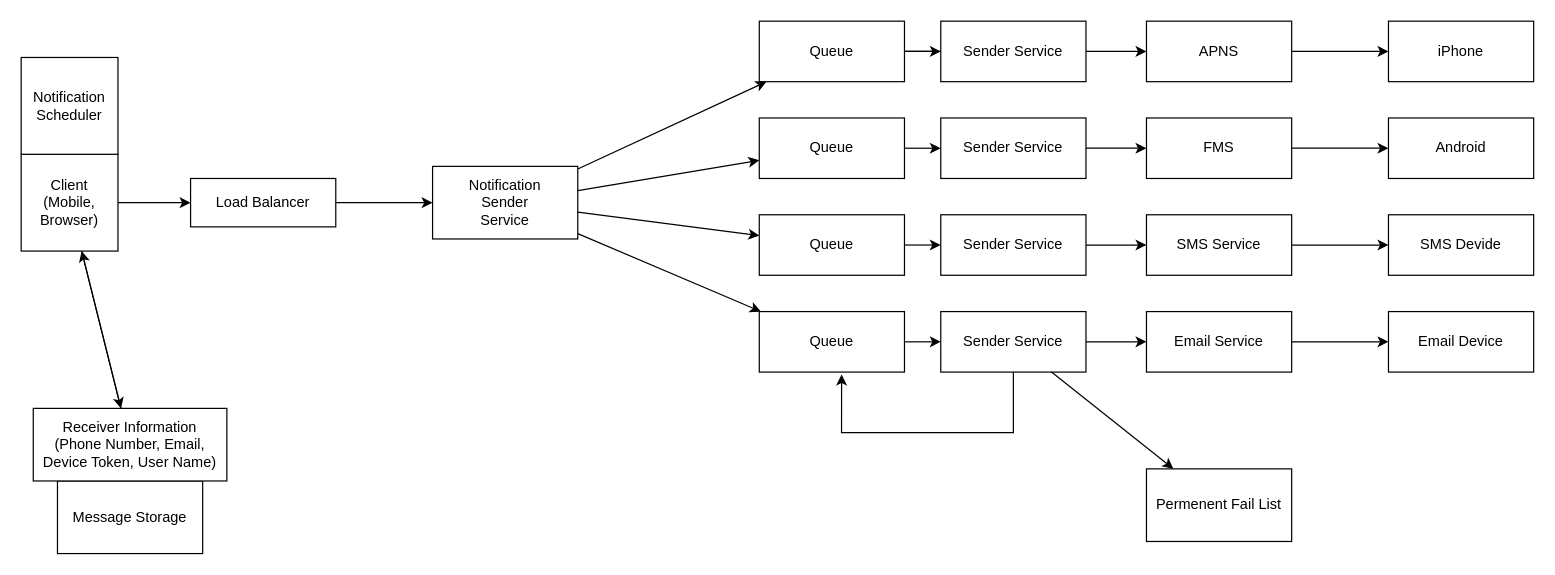
This is Untitled Diagram.drawio from Joel-Hwang/leetcode, a draw.io file, before an edit. Source tidied: cells renumbered, new cells numbered last; positions are measured from the earlier drawing's top-left corner, leaving out a move shared by most shapes. Both pictures are drawn from the tidied source at 121%, with x=0, y=0 at pixel (21, 21).
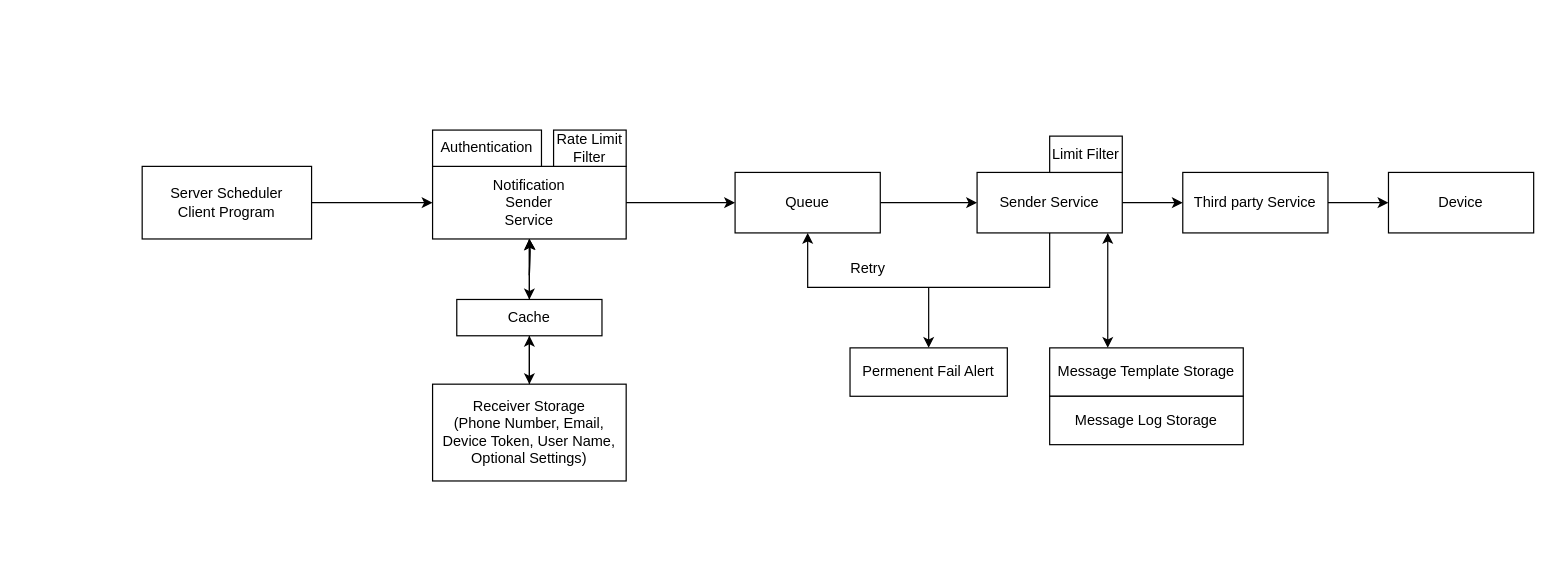
Above is the later version.

What changed in the source:
```diff
@@
-    <mxCell id="1" parent="0" />
-    <mxCell id="2" value="Load Balancer" style="rounded=0;whiteSpace=wrap;html=1;" parent="1" vertex="1">
-      <mxGeometry x="140" y="130" width="120" height="40" as="geometry" />
-    </mxCell>
+    <mxCell id="47" parent="0" />
+    <mxCell id="48" style="edgeStyle=orthogonalEdgeStyle;rounded=0;jettySize=auto;html=1;entryX=0.5;entryY=0;entryDx=0;entryDy=0;" parent="47" edge="1" source="3" target="69">
+      <mxGeometry relative="1" as="geometry" />
+    </mxCell>
-    <mxCell id="3" value="Notification&lt;br&gt;Sender&lt;br&gt;Service" style="rounded=0;whiteSpace=wrap;html=1;" parent="1" vertex="1">
-      <mxGeometry x="340" y="120" width="120" height="60" as="geometry" />
+    <mxCell id="3" value="Notification&lt;br&gt;Sender&lt;br&gt;Service" style="rounded=0;whiteSpace=wrap;html=1;" parent="47" vertex="1">
+      <mxGeometry x="340" y="120" width="160" height="60" as="geometry" />
     </mxCell>
-    <mxCell id="4" value="Client&lt;br&gt;(Mobile, Browser)" style="whiteSpace=wrap;html=1;" parent="1" vertex="1">
-      <mxGeometry y="110" width="80" height="80" as="geometry" />
-    </mxCell>
-    <mxCell id="5" value="iPhone" style="rounded=0;whiteSpace=wrap;html=1;" parent="1" vertex="1">
-      <mxGeometry x="1130" width="120" height="50" as="geometry" />
-    </mxCell>
-    <mxCell id="6" value="Android" style="rounded=0;whiteSpace=wrap;html=1;" parent="1" vertex="1">
-      <mxGeometry x="1130" y="80" width="120" height="50" as="geometry" />
-    </mxCell>
-    <mxCell id="7" value="SMS Devide" style="rounded=0;whiteSpace=wrap;html=1;" parent="1" vertex="1">
-      <mxGeometry x="1130" y="160" width="120" height="50" as="geometry" />
-    </mxCell>
-    <mxCell id="8" value="Email Device" style="rounded=0;whiteSpace=wrap;html=1;" parent="1" vertex="1">
-      <mxGeometry x="1130" y="240" width="120" height="50" as="geometry" />
-    </mxCell>
-    <mxCell id="9" value="APNS" style="rounded=0;whiteSpace=wrap;html=1;" parent="1" vertex="1">
-      <mxGeometry x="930" width="120" height="50" as="geometry" />
-    </mxCell>
-    <mxCell id="10" value="FMS" style="rounded=0;whiteSpace=wrap;html=1;" parent="1" vertex="1">
-      <mxGeometry x="930" y="80" width="120" height="50" as="geometry" />
-    </mxCell>
-    <mxCell id="11" value="Email Service" style="rounded=0;whiteSpace=wrap;html=1;" parent="1" vertex="1">
-      <mxGeometry x="930" y="240" width="120" height="50" as="geometry" />
-    </mxCell>
-    <mxCell id="12" value="SMS Service" style="rounded=0;whiteSpace=wrap;html=1;" parent="1" vertex="1">
-      <mxGeometry x="930" y="160" width="120" height="50" as="geometry" />
-    </mxCell>
-    <mxCell id="13" style="endArrow=classic;html=1;rounded=0;" parent="1" edge="1" source="9" target="5">
-      <mxGeometry relative="1" as="geometry" />
-    </mxCell>
-    <mxCell id="14" style="endArrow=classic;html=1;rounded=0;" parent="1" edge="1" source="10" target="6">
-      <mxGeometry relative="1" as="geometry" />
-    </mxCell>
-    <mxCell id="15" style="endArrow=classic;html=1;rounded=0;" parent="1" edge="1" source="12" target="7">
-      <mxGeometry relative="1" as="geometry" />
-    </mxCell>
-    <mxCell id="16" style="endArrow=classic;html=1;rounded=0;" parent="1" edge="1" source="11" target="8">
-      <mxGeometry relative="1" as="geometry" />
-    </mxCell>
-    <mxCell id="17" style="edgeStyle=orthogonalEdgeStyle;rounded=0;jettySize=auto;html=1;" parent="1" edge="1" source="18" target="37">
-      <mxGeometry relative="1" as="geometry" />
-    </mxCell>
-    <mxCell id="18" value="Queue" style="rounded=0;whiteSpace=wrap;html=1;" parent="1" vertex="1">
-      <mxGeometry x="610" width="120" height="50" as="geometry" />
-    </mxCell>
-    <mxCell id="19" value="Queue" style="rounded=0;whiteSpace=wrap;html=1;" parent="1" vertex="1">
-      <mxGeometry x="610" y="80" width="120" height="50" as="geometry" />
-    </mxCell>
-    <mxCell id="20" value="Queue" style="rounded=0;whiteSpace=wrap;html=1;" parent="1" vertex="1">
-      <mxGeometry x="610" y="160" width="120" height="50" as="geometry" />
-    </mxCell>
-    <mxCell id="21" value="Queue" style="rounded=0;whiteSpace=wrap;html=1;" parent="1" vertex="1">
-      <mxGeometry x="610" y="240" width="120" height="50" as="geometry" />
-    </mxCell>
-    <mxCell id="22" style="endArrow=classic;html=1;rounded=0;" parent="1" edge="1" source="3" target="18">
-      <mxGeometry relative="1" as="geometry" />
-    </mxCell>
-    <mxCell id="23" style="endArrow=classic;html=1;rounded=0;" parent="1" edge="1" source="3" target="19">
-      <mxGeometry relative="1" as="geometry" />
-    </mxCell>
-    <mxCell id="24" style="endArrow=classic;html=1;rounded=0;" parent="1" edge="1" source="3" target="20">
-      <mxGeometry relative="1" as="geometry" />
-    </mxCell>
-    <mxCell id="25" style="endArrow=classic;html=1;rounded=0;" parent="1" edge="1" source="3" target="21">
-      <mxGeometry relative="1" as="geometry" />
-    </mxCell>
-    <mxCell id="26" style="endArrow=classic;html=1;rounded=0;" parent="1" edge="1" source="21" target="43">
-      <mxGeometry relative="1" as="geometry" />
-    </mxCell>
-    <mxCell id="27" style="endArrow=classic;html=1;rounded=0;" parent="1" edge="1" source="20" target="41">
-      <mxGeometry relative="1" as="geometry" />
-    </mxCell>
-    <mxCell id="28" style="endArrow=classic;html=1;rounded=0;" parent="1" edge="1" source="19" target="39">
-      <mxGeometry relative="1" as="geometry" />
-    </mxCell>
-    <mxCell id="29" style="endArrow=classic;html=1;rounded=0;" parent="1" edge="1" source="18" target="9">
-      <mxGeometry relative="1" as="geometry" />
-    </mxCell>
-    <mxCell id="30" value="Message Storage" style="rounded=0;whiteSpace=wrap;html=1;" parent="1" vertex="1">
-      <mxGeometry x="30" y="380" width="120" height="60" as="geometry" />
-    </mxCell>
-    <mxCell id="31" value="Receiver Information&lt;br&gt;(Phone Number, Email, Device Token, User Name)" style="rounded=0;whiteSpace=wrap;html=1;" parent="1" vertex="1">
-      <mxGeometry x="10" y="320" width="160" height="60" as="geometry" />
-    </mxCell>
-    <mxCell id="32" value="Notification Scheduler" style="whiteSpace=wrap;html=1;" parent="1" vertex="1">
-      <mxGeometry y="30" width="80" height="80" as="geometry" />
-    </mxCell>
-    <mxCell id="33" style="endArrow=classic;html=1;rounded=0;" parent="1" edge="1" source="4" target="2">
-      <mxGeometry relative="1" as="geometry" />
-    </mxCell>
-    <mxCell id="34" style="endArrow=classic;html=1;rounded=0;" parent="1" edge="1" source="4" target="31">
-      <mxGeometry relative="1" as="geometry" />
-    </mxCell>
-    <mxCell id="35" style="endArrow=classic;html=1;rounded=0;" parent="1" edge="1" source="31" target="4">
-      <mxGeometry relative="1" as="geometry" />
-    </mxCell>
-    <mxCell id="36" style="endArrow=classic;html=1;rounded=0;" parent="1" edge="1" source="2" target="3">
-      <mxGeometry relative="1" as="geometry" />
-    </mxCell>
-    <mxCell id="37" value="Sender Service" style="rounded=0;whiteSpace=wrap;html=1;" parent="1" vertex="1">
-      <mxGeometry x="760" width="120" height="50" as="geometry" />
-    </mxCell>
-    <mxCell id="38" style="edgeStyle=orthogonalEdgeStyle;rounded=0;jettySize=auto;html=1;" parent="1" edge="1" source="39" target="10">
-      <mxGeometry relative="1" as="geometry" />
-    </mxCell>
-    <mxCell id="39" value="Sender Service" style="rounded=0;whiteSpace=wrap;html=1;" parent="1" vertex="1">
-      <mxGeometry x="760" y="80" width="120" height="50" as="geometry" />
-    </mxCell>
-    <mxCell id="40" style="edgeStyle=orthogonalEdgeStyle;rounded=0;jettySize=auto;html=1;" parent="1" edge="1" source="41" target="12">
-      <mxGeometry relative="1" as="geometry" />
-    </mxCell>
-    <mxCell id="41" value="Sender Service" style="rounded=0;whiteSpace=wrap;html=1;" parent="1" vertex="1">
-      <mxGeometry x="760" y="160" width="120" height="50" as="geometry" />
-    </mxCell>
-    <mxCell id="42" style="edgeStyle=orthogonalEdgeStyle;rounded=0;jettySize=auto;html=1;" parent="1" edge="1" source="43" target="11">
-      <mxGeometry relative="1" as="geometry" />
-    </mxCell>
-    <mxCell id="43" value="Sender Service" style="rounded=0;whiteSpace=wrap;html=1;" parent="1" vertex="1">
-      <mxGeometry x="760" y="240" width="120" height="50" as="geometry" />
-    </mxCell>
-    <mxCell id="44" style="endArrow=classic;html=1;rounded=0;entryX=0.567;entryY=1.04;entryDx=0;entryDy=0;entryPerimeter=0;" parent="1" edge="1" source="43" target="21">
-      <mxGeometry relative="1" as="geometry">
-        <Array as="points">
-          <mxPoint x="820" y="340" />
-          <mxPoint x="678" y="340" />
-        </Array>
-      </mxGeometry>
-    </mxCell>
-    <mxCell id="45" value="Permenent Fail List" style="rounded=0;whiteSpace=wrap;html=1;" parent="1" vertex="1">
-      <mxGeometry x="930" y="370" width="120" height="60" as="geometry" />
-    </mxCell>
-    <mxCell id="46" style="endArrow=classic;html=1;rounded=0;" parent="1" edge="1" source="43" target="45">
-      <mxGeometry relative="1" as="geometry" />
-    </mxCell>
+    <mxCell id="49" value="Device" style="rounded=0;whiteSpace=wrap;html=1;" parent="47" vertex="1">
+      <mxGeometry x="1130" y="125" width="120" height="50" as="geometry" />
+    </mxCell>
+    <mxCell id="50" value="Third party Service" style="rounded=0;whiteSpace=wrap;html=1;" parent="47" vertex="1">
+      <mxGeometry x="960" y="125" width="120" height="50" as="geometry" />
+    </mxCell>
+    <mxCell id="51" style="endArrow=classic;html=1;rounded=0;" parent="47" edge="1" source="50" target="49">
+      <mxGeometry relative="1" as="geometry" />
+    </mxCell>
+    <mxCell id="52" style="edgeStyle=orthogonalEdgeStyle;rounded=0;jettySize=auto;html=1;" parent="47" edge="1" source="53" target="62">
+      <mxGeometry relative="1" as="geometry" />
+    </mxCell>
+    <mxCell id="53" value="Queue" style="rounded=0;whiteSpace=wrap;html=1;" parent="47" vertex="1">
+      <mxGeometry x="590" y="125" width="120" height="50" as="geometry" />
+    </mxCell>
+    <mxCell id="54" style="endArrow=classic;html=1;rounded=0;" parent="47" edge="1" source="3" target="53">
+      <mxGeometry relative="1" as="geometry" />
+    </mxCell>
+    <mxCell id="55" value="Message Template Storage" style="rounded=0;whiteSpace=wrap;html=1;" parent="47" vertex="1">
+      <mxGeometry x="850" y="270" width="160" height="40" as="geometry" />
+    </mxCell>
+    <mxCell id="56" style="edgeStyle=orthogonalEdgeStyle;rounded=0;jettySize=auto;html=1;" parent="47" edge="1" target="3">
+      <mxGeometry relative="1" as="geometry">
+        <mxPoint x="420" y="210" as="sourcePoint" />
+      </mxGeometry>
+    </mxCell>
+    <mxCell id="57" style="edgeStyle=orthogonalEdgeStyle;rounded=0;jettySize=auto;html=1;entryX=0.5;entryY=1;entryDx=0;entryDy=0;" parent="47" edge="1" source="58" target="69">
+      <mxGeometry relative="1" as="geometry" />
+    </mxCell>
+    <mxCell id="58" value="Receiver Storage&lt;br&gt;(Phone Number, Email, Device Token, User Name, Optional Settings)" style="rounded=0;whiteSpace=wrap;html=1;" parent="47" vertex="1">
+      <mxGeometry x="340" y="300" width="160" height="80" as="geometry" />
+    </mxCell>
+    <mxCell id="59" value="Server Scheduler&lt;br&gt;Client Program" style="whiteSpace=wrap;html=1;" parent="47" vertex="1">
+      <mxGeometry x="100" y="120" width="140" height="60" as="geometry" />
+    </mxCell>
+    <mxCell id="60" style="endArrow=classic;html=1;rounded=0;" parent="47" edge="1" source="59" target="3">
+      <mxGeometry relative="1" as="geometry" />
+    </mxCell>
+    <mxCell id="61" style="edgeStyle=orthogonalEdgeStyle;rounded=0;jettySize=auto;html=1;" parent="47" edge="1" source="62" target="50">
+      <mxGeometry relative="1" as="geometry" />
+    </mxCell>
+    <mxCell id="62" value="Sender Service" style="rounded=0;whiteSpace=wrap;html=1;" parent="47" vertex="1">
+      <mxGeometry x="790" y="125" width="120" height="50" as="geometry" />
+    </mxCell>
+    <mxCell id="63" style="endArrow=classic;html=1;rounded=0;" parent="47" edge="1" source="62" target="53">
+      <mxGeometry relative="1" as="geometry">
+        <Array as="points">
+          <mxPoint x="850" y="220" />
+          <mxPoint x="650" y="220" />
+        </Array>
+      </mxGeometry>
+    </mxCell>
+    <mxCell id="64" value="Permenent Fail Alert" style="rounded=0;whiteSpace=wrap;html=1;" parent="47" vertex="1">
+      <mxGeometry x="685" y="270" width="130" height="40" as="geometry" />
+    </mxCell>
+    <mxCell id="65" style="endArrow=classic;html=1;rounded=0;" parent="47" edge="1">
+      <mxGeometry relative="1" as="geometry">
+        <mxPoint x="750" y="220" as="sourcePoint" />
+        <mxPoint x="750" y="270" as="targetPoint" />
+      </mxGeometry>
+    </mxCell>
+    <mxCell id="66" style="edgeStyle=orthogonalEdgeStyle;rounded=0;jettySize=auto;html=1;" parent="47" edge="1" target="3">
+      <mxGeometry relative="1" as="geometry">
+        <mxPoint x="420" y="210" as="sourcePoint" />
+      </mxGeometry>
+    </mxCell>
+    <mxCell id="67" style="edgeStyle=orthogonalEdgeStyle;rounded=0;jettySize=auto;html=1;" parent="47" edge="1" source="69" target="3">
+      <mxGeometry relative="1" as="geometry" />
+    </mxCell>
+    <mxCell id="68" style="edgeStyle=orthogonalEdgeStyle;rounded=0;jettySize=auto;html=1;entryX=0.5;entryY=0;entryDx=0;entryDy=0;" parent="47" edge="1" source="69" target="58">
+      <mxGeometry relative="1" as="geometry" />
+    </mxCell>
+    <mxCell id="69" value="Cache" style="rounded=0;whiteSpace=wrap;html=1;" parent="47" vertex="1">
+      <mxGeometry x="360" y="230" width="120" height="30" as="geometry" />
+    </mxCell>
+    <mxCell id="70" value="Retry" style="text;html=1;strokeColor=none;fillColor=none;align=center;verticalAlign=middle;whiteSpace=wrap;rounded=0;" parent="47" vertex="1">
+      <mxGeometry x="670" y="190" width="60" height="30" as="geometry" />
+    </mxCell>
+    <mxCell id="71" style="endArrow=classic;startArrow=classic;html=1;rounded=0;entryX=0.9;entryY=1;entryDx=0;entryDy=0;entryPerimeter=0;" parent="47" edge="1" target="62">
+      <mxGeometry relative="1" as="geometry">
+        <mxPoint x="898" y="270" as="sourcePoint" />
+      </mxGeometry>
+    </mxCell>
+    <mxCell id="72" value="Limit Filter" style="rounded=0;whiteSpace=wrap;html=1;" parent="47" vertex="1">
+      <mxGeometry x="850" y="95" width="60" height="30" as="geometry" />
+    </mxCell>
+    <mxCell id="73" value="Rate Limit Filter" style="rounded=0;whiteSpace=wrap;html=1;" parent="47" vertex="1">
+      <mxGeometry x="440" y="90" width="60" height="30" as="geometry" />
+    </mxCell>
+    <mxCell id="74" value="Authentication" style="rounded=0;whiteSpace=wrap;html=1;" parent="47" vertex="1">
+      <mxGeometry x="340" y="90" width="90" height="30" as="geometry" />
+    </mxCell>
+    <mxCell id="75" value="Message Log Storage" style="rounded=0;whiteSpace=wrap;html=1;" parent="47" vertex="1">
+      <mxGeometry x="850" y="310" width="160" height="40" as="geometry" />
+    </mxCell>
```
